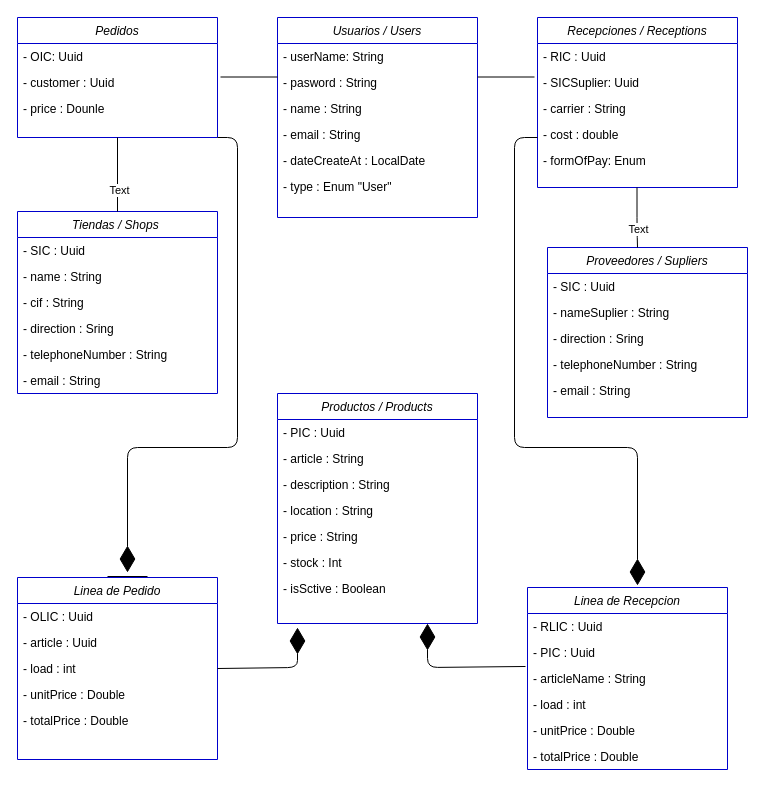
This is Documentación/diagrama de clases/DiagramaDeClases.drawio from idanirf/GADAM, a draw.io file, before an edit. Source tidied: cells renumbered, new cells numbered last; positions are measured from the earlier drawing's top-left corner, leaving out a move shared by most shapes. Both pictures are drawn from the tidied source at 100%, with x=0, y=0 at pixel (17, 17).
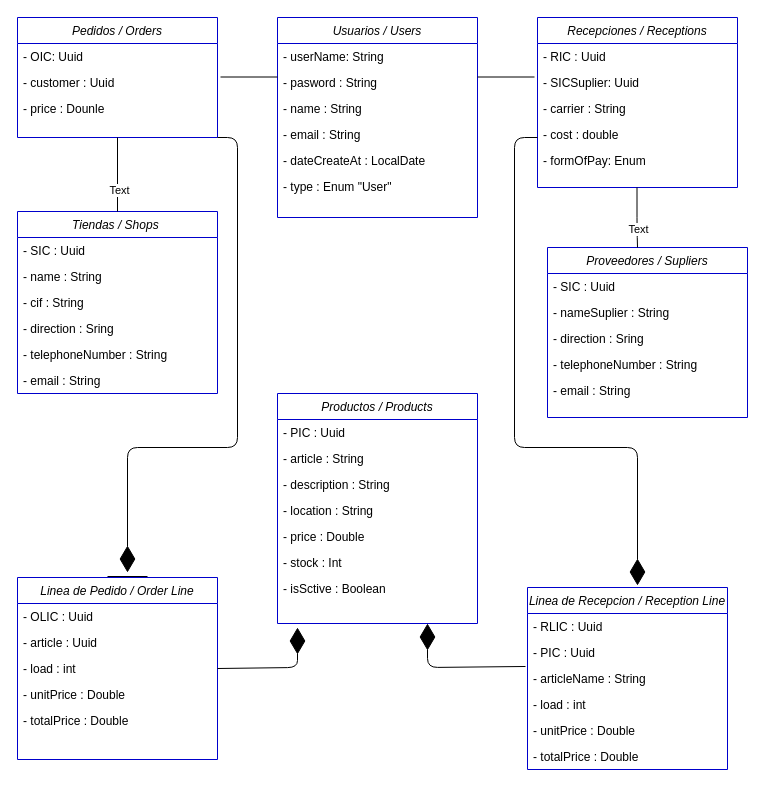
Above is the later version.

The change refers to these unchanged cells:
```xml
<mxCell id="13" value="Productos / Products" style="swimlane;fontStyle=2;align=center;verticalAlign=top;horizontal=1;startSize=26;rounded=0;shadow=0;strokeWidth=1;fillColor=#FFFFFF;strokeColor=#0000CC;" parent="1" vertex="1">
  <mxGeometry x="260" y="376" width="200" height="230" as="geometry" />
</mxCell>
```

Change to the diagram source:
```diff
@@
-    <mxCell id="2" value="Pedidos" style="swimlane;fontStyle=2;align=center;verticalAlign=top;horizontal=1;startSize=26;rounded=0;shadow=0;strokeWidth=1;fillColor=#FFFFFF;strokeColor=#0000CC;" parent="1" vertex="1">
+    <mxCell id="2" value="Pedidos / Orders" style="swimlane;fontStyle=2;align=center;verticalAlign=top;horizontal=1;startSize=26;rounded=0;shadow=0;strokeWidth=1;fillColor=#FFFFFF;strokeColor=#0000CC;" parent="1" vertex="1">
       <mxGeometry width="200" height="120" as="geometry" />
     </mxCell>
@@
-    <mxCell id="18" value="- price : String" style="text;align=left;verticalAlign=top;spacingLeft=4;spacingRight=4;overflow=hidden;rounded=0;shadow=0;html=0;" parent="13" vertex="1">
+    <mxCell id="18" value="- price : Double" style="text;align=left;verticalAlign=top;spacingLeft=4;spacingRight=4;overflow=hidden;rounded=0;shadow=0;html=0;" parent="13" vertex="1">
       <mxGeometry y="130" width="200" height="26" as="geometry" />
     </mxCell>
@@
-    <mxCell id="27" value="Linea de Recepcion" style="swimlane;fontStyle=2;align=center;verticalAlign=top;horizontal=1;startSize=26;rounded=0;shadow=0;strokeWidth=1;fillColor=#FFFFFF;strokeColor=#0000CC;" parent="1" vertex="1">
+    <mxCell id="27" value="Linea de Recepcion / Reception Line" style="swimlane;fontStyle=2;align=center;verticalAlign=top;horizontal=1;startSize=26;rounded=0;shadow=0;strokeWidth=1;fillColor=#FFFFFF;strokeColor=#0000CC;" parent="1" vertex="1">
       <mxGeometry x="510" y="570" width="200" height="182" as="geometry" />
     </mxCell>
@@
-    <mxCell id="34" value="Linea de Pedido" style="swimlane;fontStyle=2;align=center;verticalAlign=top;horizontal=1;startSize=26;rounded=0;shadow=0;strokeWidth=1;fillColor=#FFFFFF;strokeColor=#0000CC;" parent="1" vertex="1">
+    <mxCell id="34" value="Linea de Pedido / Order Line" style="swimlane;fontStyle=2;align=center;verticalAlign=top;horizontal=1;startSize=26;rounded=0;shadow=0;strokeWidth=1;fillColor=#FFFFFF;strokeColor=#0000CC;" parent="1" vertex="1">
       <mxGeometry y="560" width="200" height="182" as="geometry" />
     </mxCell>
```
